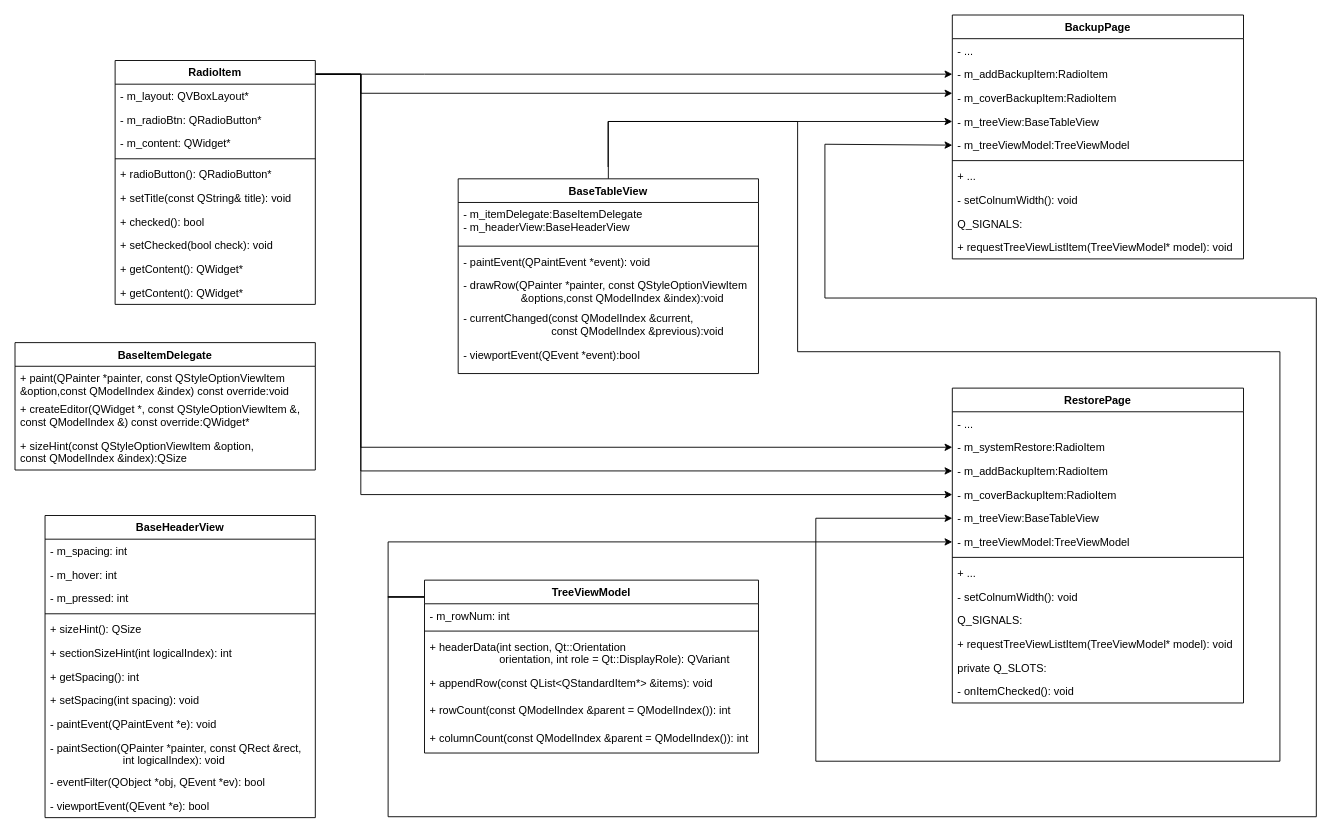
Above: backup.drawio in liaiaun/Test (draw.io), before the change. Source tidied: cells renumbered, new cells numbered last; positions are measured from the earlier drawing's top-left corner, leaving out a move shared by most shapes. Both pictures are drawn from the tidied source at 91%, with x=0, y=0 at pixel (15, 15).
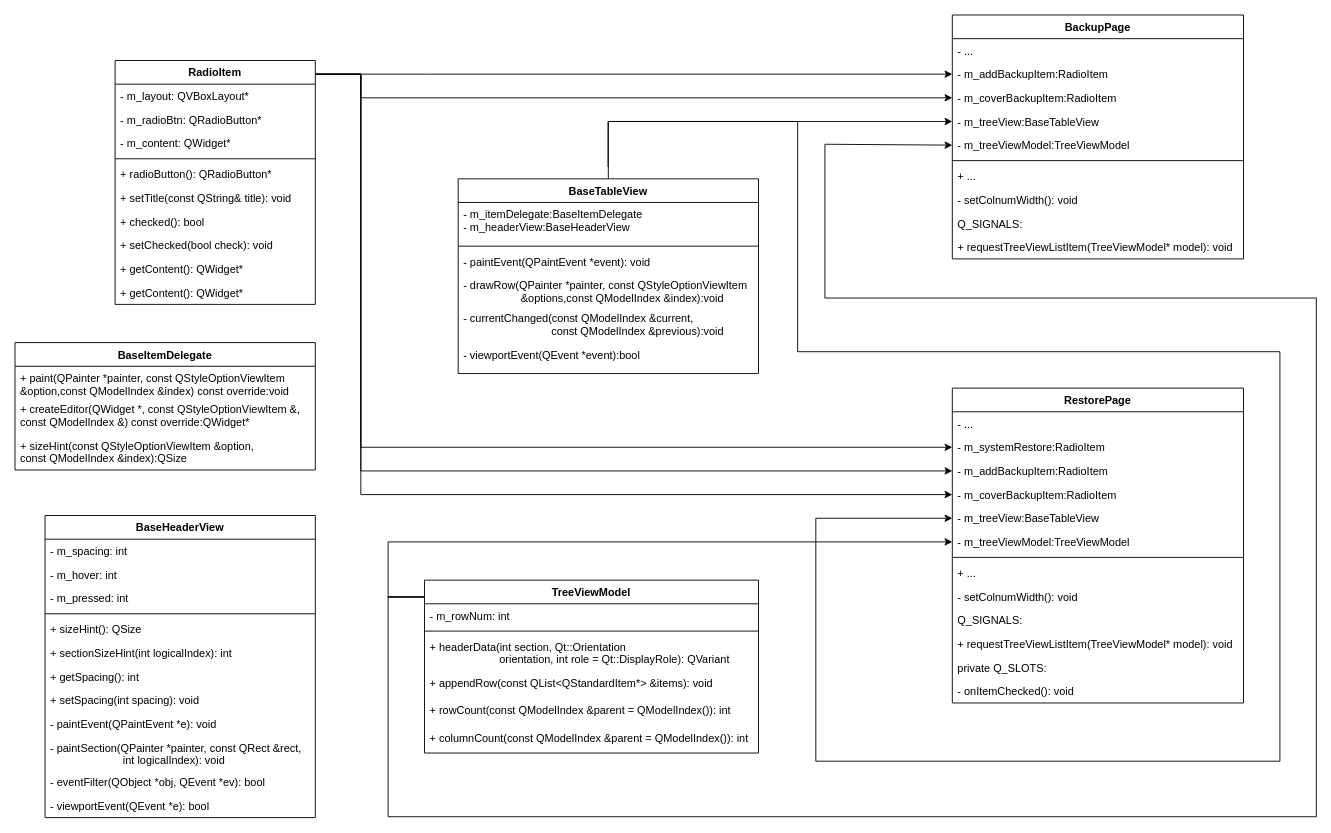
The same page after the edit.

The change refers to these unchanged cells:
```xml
<mxCell id="31" value="- m_coverBackupItem:RadioItem" style="text;strokeColor=none;fillColor=none;align=left;verticalAlign=top;spacingLeft=4;spacingRight=4;overflow=hidden;points=[[0,0.5],[1,0.5]];portConstraint=eastwest;" parent="28" vertex="1">
  <mxGeometry y="78" width="320" height="26" as="geometry" />
</mxCell>
```

The edit, as a diff of the source:
```diff
@@
-    <mxCell id="49" style="edgeStyle=orthogonalEdgeStyle;rounded=0;orthogonalLoop=1;jettySize=auto;html=1;entryX=0;entryY=0.5;entryDx=0;entryDy=0;" parent="1" edge="1">
+    <mxCell id="49" style="edgeStyle=orthogonalEdgeStyle;rounded=0;jettySize=auto;html=1;entryX=0;entryY=0.5;entryDx=0;entryDy=0;" parent="1" edge="1" target="31">
       <mxGeometry relative="1" as="geometry">
         <mxPoint x="330" y="65.2" as="sourcePoint" />
-        <mxPoint x="1030" y="86" as="targetPoint" />
         <Array as="points">
           <mxPoint x="380" y="65" />
-          <mxPoint x="380" y="86" />
+          <mxPoint x="380" y="91" />
         </Array>
       </mxGeometry>
     </mxCell>
```
